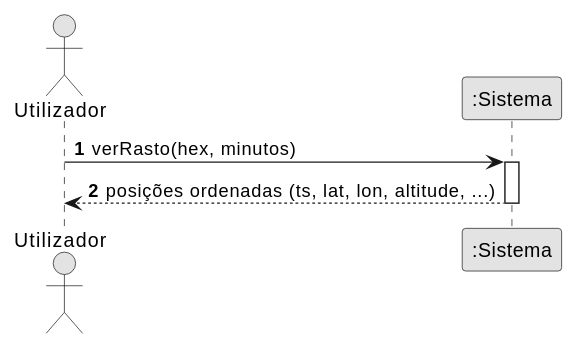
Before: docs/system-documentation/use-cases/US10/svg/ssd_us10.svg, a diagram exported from PlantUML (miguelsiilva1/SkyTracer). Source of this version:
```plantuml
@startuml
autonumber
skinparam monochrome true
actor "Utilizador" as U
participant ":Sistema" as S

U -> S : verRasto(hex, minutos)
activate S
S --> U : posições ordenadas (ts, lat, lon, altitude, ...)
deactivate S
@enduml
```
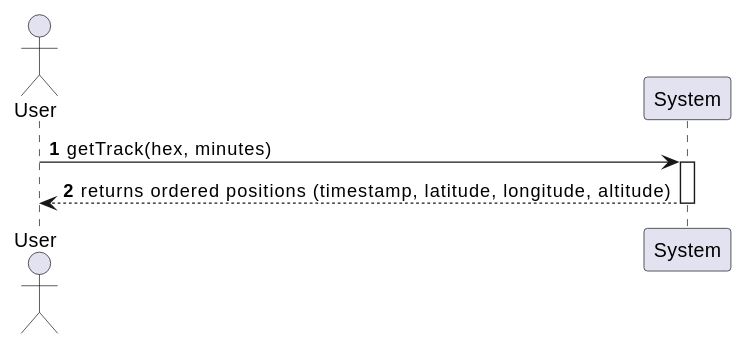
Later version of the same file.

The edit, as a diff of the source:
```diff
@@ -1,11 +1,10 @@
 @startuml
 autonumber
-skinparam monochrome true
-actor "Utilizador" as U
-participant ":Sistema" as S
+actor "User" as A
+participant "System" as S
 
-U -> S : verRasto(hex, minutos)
+A -> S : getTrack(hex, minutes)
 activate S
-S --> U : posições ordenadas (ts, lat, lon, altitude, ...)
+S --> A : returns ordered positions (timestamp, latitude, longitude, altitude)
 deactivate S
 @enduml
```
